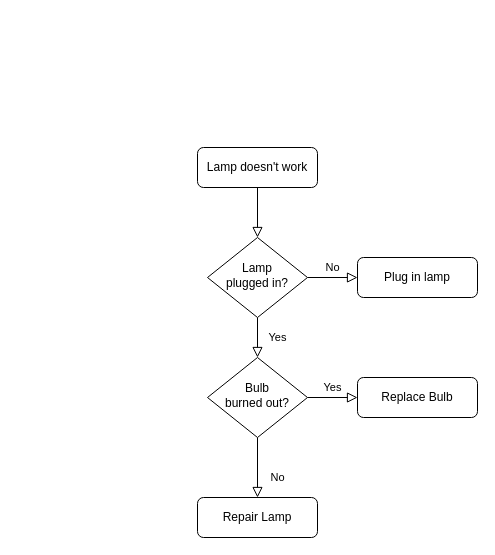
This is Діаграма без назви.drawio from sdwvit/sdwvit, a draw.io file, before an edit. Source tidied: cells renumbered, new cells numbered last; positions are measured from the earlier drawing's top-left corner, leaving out a move shared by most shapes. Both pictures are drawn from the tidied source at 100%, with x=0, y=0 at pixel (197, 147).
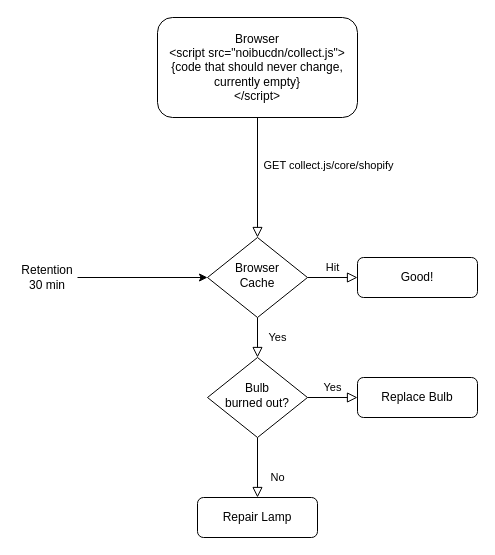
After the change.

Diff of the diagram source:
```diff
@@
 <mxGraphModel>
   <root>
     <mxCell id="0" />
     <mxCell id="1" parent="0" />
-    <mxCell id="2" style="rounded=0;html=1;jettySize=auto;fontSize=11;endArrow=block;endFill=0;endSize=8;strokeWidth=1;shadow=0;labelBackgroundColor=none;edgeStyle=orthogonalEdgeStyle;" parent="1" edge="1" source="3" target="6">
-      <mxGeometry relative="1" as="geometry" />
-    </mxCell>
-    <mxCell id="3" value="Lamp doesn't work" style="rounded=1;whiteSpace=wrap;html=1;fontSize=12;glass=0;strokeWidth=1;shadow=0;" parent="1" vertex="1">
-      <mxGeometry width="120" height="40" as="geometry" />
+    <mxCell id="3" value="Browser&lt;br&gt;&amp;lt;script src=&quot;noibucdn/collect.js&quot;&amp;gt;&lt;br&gt;{code that should never change, currently empty}&lt;br&gt;&amp;lt;/script&amp;gt;" style="rounded=1;whiteSpace=wrap;html=1;fontSize=12;glass=0;strokeWidth=1;shadow=0;" parent="1" vertex="1">
+      <mxGeometry x="-40" y="-130" width="200" height="100" as="geometry" />
     </mxCell>
     <mxCell id="4" value="Yes" style="rounded=0;html=1;jettySize=auto;fontSize=11;endArrow=block;endFill=0;endSize=8;strokeWidth=1;shadow=0;labelBackgroundColor=none;edgeStyle=orthogonalEdgeStyle;" parent="1" edge="1" source="6" target="10">
       <mxGeometry y="20" relative="1" as="geometry" />
     </mxCell>
-    <mxCell id="5" value="No" style="edgeStyle=orthogonalEdgeStyle;rounded=0;html=1;jettySize=auto;fontSize=11;endArrow=block;endFill=0;endSize=8;strokeWidth=1;shadow=0;labelBackgroundColor=none;" parent="1" edge="1" source="6" target="7">
+    <mxCell id="5" value="Hit" style="edgeStyle=orthogonalEdgeStyle;rounded=0;html=1;jettySize=auto;fontSize=11;endArrow=block;endFill=0;endSize=8;strokeWidth=1;shadow=0;labelBackgroundColor=none;" parent="1" edge="1" source="6" target="7">
       <mxGeometry y="10" relative="1" as="geometry" />
     </mxCell>
-    <mxCell id="6" value="Lamp&lt;br&gt;plugged in?" style="rhombus;whiteSpace=wrap;html=1;shadow=0;fontFamily=Helvetica;fontSize=12;align=center;strokeWidth=1;spacing=6;spacingTop=-4;" parent="1" vertex="1">
+    <mxCell id="6" value="Browser&lt;br&gt;Cache" style="rhombus;whiteSpace=wrap;html=1;shadow=0;fontFamily=Helvetica;fontSize=12;align=center;strokeWidth=1;spacing=6;spacingTop=-4;" parent="1" vertex="1">
       <mxGeometry x="10" y="90" width="100" height="80" as="geometry" />
     </mxCell>
-    <mxCell id="7" value="Plug in lamp" style="rounded=1;whiteSpace=wrap;html=1;fontSize=12;glass=0;strokeWidth=1;shadow=0;" parent="1" vertex="1">
+    <mxCell id="7" value="Good!" style="rounded=1;whiteSpace=wrap;html=1;fontSize=12;glass=0;strokeWidth=1;shadow=0;" parent="1" vertex="1">
       <mxGeometry x="160" y="110" width="120" height="40" as="geometry" />
     </mxCell>
     <mxCell id="8" value="No" style="rounded=0;html=1;jettySize=auto;fontSize=11;endArrow=block;endFill=0;endSize=8;strokeWidth=1;shadow=0;labelBackgroundColor=none;edgeStyle=orthogonalEdgeStyle;" parent="1" edge="1" source="10" target="11">
       <mxGeometry x="0.33" y="20" relative="1" as="geometry" />
     </mxCell>
     <mxCell id="9" value="Yes" style="edgeStyle=orthogonalEdgeStyle;rounded=0;html=1;jettySize=auto;fontSize=11;endArrow=block;endFill=0;endSize=8;strokeWidth=1;shadow=0;labelBackgroundColor=none;" parent="1" edge="1" source="10" target="12">
       <mxGeometry y="10" relative="1" as="geometry" />
     </mxCell>
     <mxCell id="10" value="Bulb&lt;br&gt;burned out?" style="rhombus;whiteSpace=wrap;html=1;shadow=0;fontFamily=Helvetica;fontSize=12;align=center;strokeWidth=1;spacing=6;spacingTop=-4;" parent="1" vertex="1">
       <mxGeometry x="10" y="210" width="100" height="80" as="geometry" />
     </mxCell>
     <mxCell id="11" value="Repair Lamp" style="rounded=1;whiteSpace=wrap;html=1;fontSize=12;glass=0;strokeWidth=1;shadow=0;" parent="1" vertex="1">
       <mxGeometry y="350" width="120" height="40" as="geometry" />
     </mxCell>
     <mxCell id="12" value="Replace Bulb" style="rounded=1;whiteSpace=wrap;html=1;fontSize=12;glass=0;strokeWidth=1;shadow=0;" parent="1" vertex="1">
       <mxGeometry x="160" y="230" width="120" height="40" as="geometry" />
     </mxCell>
+    <mxCell id="13" style="edgeStyle=orthogonalEdgeStyle;rounded=0;jettySize=auto;html=1;entryX=0;entryY=0.5;entryDx=0;entryDy=0;" parent="1" edge="1" source="14" target="6">
+      <mxGeometry relative="1" as="geometry" />
+    </mxCell>
+    <mxCell id="14" value="Retention 30 min" style="text;html=1;strokeColor=none;fillColor=none;align=center;verticalAlign=middle;whiteSpace=wrap;rounded=0;" parent="1" vertex="1">
+      <mxGeometry x="-180" y="115" width="60" height="30" as="geometry" />
+    </mxCell>
+    <mxCell id="2" style="rounded=0;html=1;jettySize=auto;fontSize=11;endArrow=block;endFill=0;endSize=8;strokeWidth=1;shadow=0;labelBackgroundColor=none;edgeStyle=orthogonalEdgeStyle;" parent="1" edge="1" source="3" target="6">
+      <mxGeometry relative="1" as="geometry" />
+    </mxCell>
+    <mxCell id="15" value="GET collect.js/core/shopify" style="edgeLabel;html=1;align=center;verticalAlign=middle;" parent="2" vertex="1">
+      <mxGeometry x="-0.22" y="-2" relative="1" as="geometry">
+        <mxPoint x="72" as="offset" />
+      </mxGeometry>
+    </mxCell>
   </root>
 </mxGraphModel>
```
